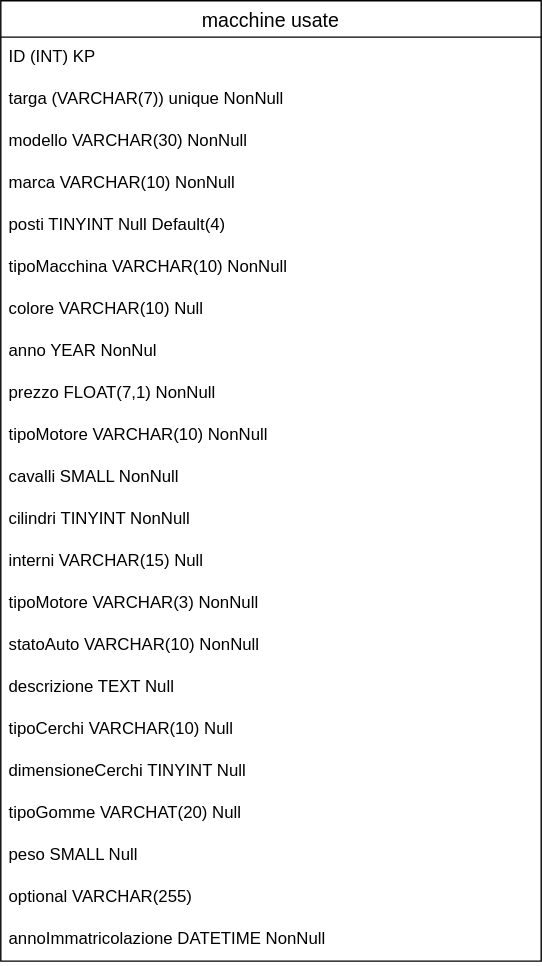
The draw.io diagram DBmacchina.svg in GabrieleCorti/db-first, before a commit. Source tidied: cells renumbered, new cells last; positions are measured from the earlier drawing's top-left corner, leaving out a move shared by most shapes. The source it was exported from:
```xml
<mxGraphModel>
  <root>
    <mxCell id="0" />
    <mxCell id="1" parent="0" />
    <mxCell id="2" value="macchine usate" style="swimlane;fontStyle=0;horizontal=1;startSize=26;align=center;fontSize=14;" parent="1" vertex="1">
      <mxGeometry width="386" height="686" as="geometry" />
    </mxCell>
    <mxCell id="3" value="ID (INT) KP" style="text;strokeColor=none;fillColor=none;spacingLeft=4;spacingRight=4;overflow=hidden;fontSize=12;" parent="2" vertex="1">
      <mxGeometry y="26" width="386" height="30" as="geometry" />
    </mxCell>
    <mxCell id="4" value="targa (VARCHAR(7)) unique NonNull" style="text;strokeColor=none;fillColor=none;spacingLeft=4;spacingRight=4;overflow=hidden;fontSize=12;" parent="2" vertex="1">
      <mxGeometry y="56" width="386" height="30" as="geometry" />
    </mxCell>
    <mxCell id="5" value="modello VARCHAR(30) NonNull" style="text;strokeColor=none;fillColor=none;spacingLeft=4;spacingRight=4;overflow=hidden;fontSize=12;" parent="2" vertex="1">
      <mxGeometry y="86" width="386" height="30" as="geometry" />
    </mxCell>
    <mxCell id="6" value="marca VARCHAR(10) NonNull" style="text;strokeColor=none;fillColor=none;spacingLeft=4;spacingRight=4;overflow=hidden;fontSize=12;" parent="2" vertex="1">
      <mxGeometry y="116" width="386" height="30" as="geometry" />
    </mxCell>
    <mxCell id="7" value="posti TINYINT Null Default(4)" style="text;strokeColor=none;fillColor=none;spacingLeft=4;spacingRight=4;overflow=hidden;fontSize=12;" parent="2" vertex="1">
      <mxGeometry y="146" width="386" height="30" as="geometry" />
    </mxCell>
    <mxCell id="8" value="tipoMacchina VARCHAR(10) NonNull" style="text;strokeColor=none;fillColor=none;spacingLeft=4;spacingRight=4;overflow=hidden;fontSize=12;" parent="2" vertex="1">
      <mxGeometry y="176" width="386" height="30" as="geometry" />
    </mxCell>
    <mxCell id="9" value="colore VARCHAR(10) Null" style="text;strokeColor=none;fillColor=none;spacingLeft=4;spacingRight=4;overflow=hidden;fontSize=12;" parent="2" vertex="1">
      <mxGeometry y="206" width="386" height="30" as="geometry" />
    </mxCell>
    <mxCell id="10" value="anno YEAR NonNul" style="text;strokeColor=none;fillColor=none;spacingLeft=4;spacingRight=4;overflow=hidden;fontSize=12;" parent="2" vertex="1">
      <mxGeometry y="236" width="386" height="30" as="geometry" />
    </mxCell>
    <mxCell id="11" value="prezzo FLOAT(7,1) NonNull" style="text;strokeColor=none;fillColor=none;spacingLeft=4;spacingRight=4;overflow=hidden;fontSize=12;" parent="2" vertex="1">
      <mxGeometry y="266" width="386" height="30" as="geometry" />
    </mxCell>
    <mxCell id="12" value="tipoMotore VARCHAR(10) NonNull" style="text;strokeColor=none;fillColor=none;spacingLeft=4;spacingRight=4;overflow=hidden;fontSize=12;" parent="2" vertex="1">
      <mxGeometry y="296" width="386" height="30" as="geometry" />
    </mxCell>
    <mxCell id="13" value="cavalli SMALL NonNull" style="text;strokeColor=none;fillColor=none;spacingLeft=4;spacingRight=4;overflow=hidden;fontSize=12;" parent="2" vertex="1">
      <mxGeometry y="326" width="386" height="30" as="geometry" />
    </mxCell>
    <mxCell id="14" value="cilindri TINYINT NonNull" style="text;strokeColor=none;fillColor=none;spacingLeft=4;spacingRight=4;overflow=hidden;fontSize=12;" parent="2" vertex="1">
      <mxGeometry y="356" width="386" height="30" as="geometry" />
    </mxCell>
    <mxCell id="15" value="interni VARCHAR(15) Null" style="text;strokeColor=none;fillColor=none;spacingLeft=4;spacingRight=4;overflow=hidden;fontSize=12;" parent="2" vertex="1">
      <mxGeometry y="386" width="386" height="30" as="geometry" />
    </mxCell>
    <mxCell id="16" value="tipoMotore VARCHAR(3) NonNull " style="text;strokeColor=none;fillColor=none;spacingLeft=4;spacingRight=4;overflow=hidden;fontSize=12;" parent="2" vertex="1">
      <mxGeometry y="416" width="386" height="30" as="geometry" />
    </mxCell>
    <mxCell id="17" value="statoAuto VARCHAR(10) NonNull" style="text;strokeColor=none;fillColor=none;spacingLeft=4;spacingRight=4;overflow=hidden;fontSize=12;" parent="2" vertex="1">
      <mxGeometry y="446" width="386" height="30" as="geometry" />
    </mxCell>
    <mxCell id="18" value="descrizione TEXT Null" style="text;strokeColor=none;fillColor=none;spacingLeft=4;spacingRight=4;overflow=hidden;fontSize=12;" parent="2" vertex="1">
      <mxGeometry y="476" width="386" height="30" as="geometry" />
    </mxCell>
    <mxCell id="19" value="tipoCerchi VARCHAR(10) Null" style="text;strokeColor=none;fillColor=none;spacingLeft=4;spacingRight=4;overflow=hidden;fontSize=12;" parent="2" vertex="1">
      <mxGeometry y="506" width="386" height="30" as="geometry" />
    </mxCell>
    <mxCell id="20" value="dimensioneCerchi TINYINT Null" style="text;strokeColor=none;fillColor=none;spacingLeft=4;spacingRight=4;overflow=hidden;fontSize=12;" parent="2" vertex="1">
      <mxGeometry y="536" width="386" height="30" as="geometry" />
    </mxCell>
    <mxCell id="21" value="tipoGomme VARCHAT(20) Null" style="text;strokeColor=none;fillColor=none;spacingLeft=4;spacingRight=4;overflow=hidden;fontSize=12;" parent="2" vertex="1">
      <mxGeometry y="566" width="386" height="30" as="geometry" />
    </mxCell>
    <mxCell id="22" value="peso SMALL Null" style="text;strokeColor=none;fillColor=none;spacingLeft=4;spacingRight=4;overflow=hidden;fontSize=12;" parent="2" vertex="1">
      <mxGeometry y="596" width="386" height="30" as="geometry" />
    </mxCell>
    <mxCell id="23" value="optional VARCHAR(255)" style="text;strokeColor=none;fillColor=none;spacingLeft=4;spacingRight=4;overflow=hidden;fontSize=12;" parent="2" vertex="1">
      <mxGeometry y="626" width="386" height="30" as="geometry" />
    </mxCell>
    <mxCell id="24" value="annoImmatricolazione DATETIME NonNull" style="text;strokeColor=none;fillColor=none;spacingLeft=4;spacingRight=4;overflow=hidden;fontSize=12;" parent="2" vertex="1">
      <mxGeometry y="656" width="386" height="30" as="geometry" />
    </mxCell>
  </root>
</mxGraphModel>
```
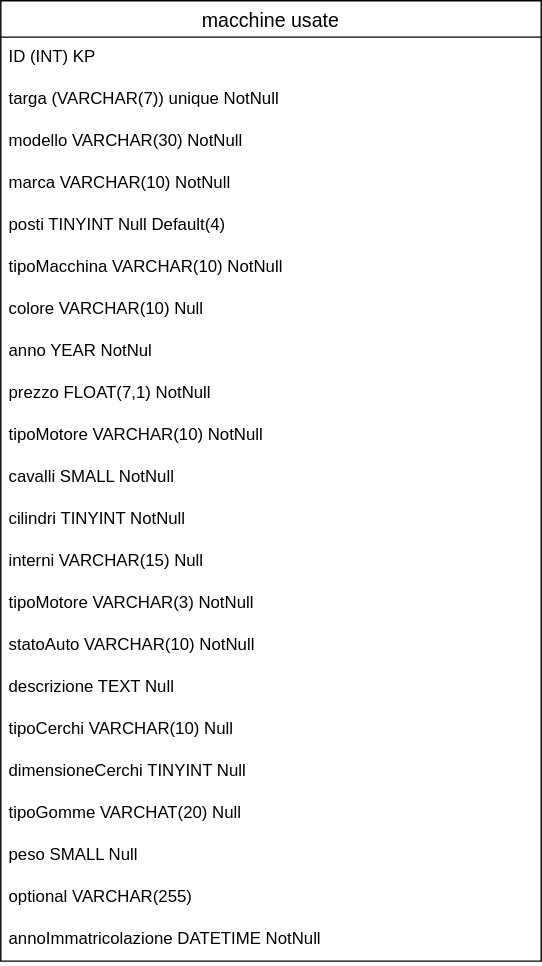
The same diagram one commit later.

What changed in the source:
```diff
@@ -8,46 +8,46 @@
     <mxCell id="3" value="ID (INT) KP" style="text;strokeColor=none;fillColor=none;spacingLeft=4;spacingRight=4;overflow=hidden;fontSize=12;" parent="2" vertex="1">
       <mxGeometry y="26" width="386" height="30" as="geometry" />
     </mxCell>
-    <mxCell id="4" value="targa (VARCHAR(7)) unique NonNull" style="text;strokeColor=none;fillColor=none;spacingLeft=4;spacingRight=4;overflow=hidden;fontSize=12;" parent="2" vertex="1">
+    <mxCell id="4" value="targa (VARCHAR(7)) unique NotNull" style="text;strokeColor=none;fillColor=none;spacingLeft=4;spacingRight=4;overflow=hidden;fontSize=12;" parent="2" vertex="1">
       <mxGeometry y="56" width="386" height="30" as="geometry" />
     </mxCell>
-    <mxCell id="5" value="modello VARCHAR(30) NonNull" style="text;strokeColor=none;fillColor=none;spacingLeft=4;spacingRight=4;overflow=hidden;fontSize=12;" parent="2" vertex="1">
+    <mxCell id="5" value="modello VARCHAR(30) NotNull" style="text;strokeColor=none;fillColor=none;spacingLeft=4;spacingRight=4;overflow=hidden;fontSize=12;" parent="2" vertex="1">
       <mxGeometry y="86" width="386" height="30" as="geometry" />
     </mxCell>
-    <mxCell id="6" value="marca VARCHAR(10) NonNull" style="text;strokeColor=none;fillColor=none;spacingLeft=4;spacingRight=4;overflow=hidden;fontSize=12;" parent="2" vertex="1">
+    <mxCell id="6" value="marca VARCHAR(10) NotNull" style="text;strokeColor=none;fillColor=none;spacingLeft=4;spacingRight=4;overflow=hidden;fontSize=12;" parent="2" vertex="1">
       <mxGeometry y="116" width="386" height="30" as="geometry" />
     </mxCell>
     <mxCell id="7" value="posti TINYINT Null Default(4)" style="text;strokeColor=none;fillColor=none;spacingLeft=4;spacingRight=4;overflow=hidden;fontSize=12;" parent="2" vertex="1">
       <mxGeometry y="146" width="386" height="30" as="geometry" />
     </mxCell>
-    <mxCell id="8" value="tipoMacchina VARCHAR(10) NonNull" style="text;strokeColor=none;fillColor=none;spacingLeft=4;spacingRight=4;overflow=hidden;fontSize=12;" parent="2" vertex="1">
+    <mxCell id="8" value="tipoMacchina VARCHAR(10) NotNull" style="text;strokeColor=none;fillColor=none;spacingLeft=4;spacingRight=4;overflow=hidden;fontSize=12;" parent="2" vertex="1">
       <mxGeometry y="176" width="386" height="30" as="geometry" />
     </mxCell>
     <mxCell id="9" value="colore VARCHAR(10) Null" style="text;strokeColor=none;fillColor=none;spacingLeft=4;spacingRight=4;overflow=hidden;fontSize=12;" parent="2" vertex="1">
       <mxGeometry y="206" width="386" height="30" as="geometry" />
     </mxCell>
-    <mxCell id="10" value="anno YEAR NonNul" style="text;strokeColor=none;fillColor=none;spacingLeft=4;spacingRight=4;overflow=hidden;fontSize=12;" parent="2" vertex="1">
+    <mxCell id="10" value="anno YEAR NotNul" style="text;strokeColor=none;fillColor=none;spacingLeft=4;spacingRight=4;overflow=hidden;fontSize=12;" parent="2" vertex="1">
       <mxGeometry y="236" width="386" height="30" as="geometry" />
     </mxCell>
-    <mxCell id="11" value="prezzo FLOAT(7,1) NonNull" style="text;strokeColor=none;fillColor=none;spacingLeft=4;spacingRight=4;overflow=hidden;fontSize=12;" parent="2" vertex="1">
+    <mxCell id="11" value="prezzo FLOAT(7,1) NotNull" style="text;strokeColor=none;fillColor=none;spacingLeft=4;spacingRight=4;overflow=hidden;fontSize=12;" parent="2" vertex="1">
       <mxGeometry y="266" width="386" height="30" as="geometry" />
     </mxCell>
-    <mxCell id="12" value="tipoMotore VARCHAR(10) NonNull" style="text;strokeColor=none;fillColor=none;spacingLeft=4;spacingRight=4;overflow=hidden;fontSize=12;" parent="2" vertex="1">
+    <mxCell id="12" value="tipoMotore VARCHAR(10) NotNull" style="text;strokeColor=none;fillColor=none;spacingLeft=4;spacingRight=4;overflow=hidden;fontSize=12;" parent="2" vertex="1">
       <mxGeometry y="296" width="386" height="30" as="geometry" />
     </mxCell>
-    <mxCell id="13" value="cavalli SMALL NonNull" style="text;strokeColor=none;fillColor=none;spacingLeft=4;spacingRight=4;overflow=hidden;fontSize=12;" parent="2" vertex="1">
+    <mxCell id="13" value="cavalli SMALL NotNull" style="text;strokeColor=none;fillColor=none;spacingLeft=4;spacingRight=4;overflow=hidden;fontSize=12;" parent="2" vertex="1">
       <mxGeometry y="326" width="386" height="30" as="geometry" />
     </mxCell>
-    <mxCell id="14" value="cilindri TINYINT NonNull" style="text;strokeColor=none;fillColor=none;spacingLeft=4;spacingRight=4;overflow=hidden;fontSize=12;" parent="2" vertex="1">
+    <mxCell id="14" value="cilindri TINYINT NotNull" style="text;strokeColor=none;fillColor=none;spacingLeft=4;spacingRight=4;overflow=hidden;fontSize=12;" parent="2" vertex="1">
       <mxGeometry y="356" width="386" height="30" as="geometry" />
     </mxCell>
     <mxCell id="15" value="interni VARCHAR(15) Null" style="text;strokeColor=none;fillColor=none;spacingLeft=4;spacingRight=4;overflow=hidden;fontSize=12;" parent="2" vertex="1">
       <mxGeometry y="386" width="386" height="30" as="geometry" />
     </mxCell>
-    <mxCell id="16" value="tipoMotore VARCHAR(3) NonNull " style="text;strokeColor=none;fillColor=none;spacingLeft=4;spacingRight=4;overflow=hidden;fontSize=12;" parent="2" vertex="1">
+    <mxCell id="16" value="tipoMotore VARCHAR(3) NotNull " style="text;strokeColor=none;fillColor=none;spacingLeft=4;spacingRight=4;overflow=hidden;fontSize=12;" parent="2" vertex="1">
       <mxGeometry y="416" width="386" height="30" as="geometry" />
     </mxCell>
-    <mxCell id="17" value="statoAuto VARCHAR(10) NonNull" style="text;strokeColor=none;fillColor=none;spacingLeft=4;spacingRight=4;overflow=hidden;fontSize=12;" parent="2" vertex="1">
+    <mxCell id="17" value="statoAuto VARCHAR(10) NotNull" style="text;strokeColor=none;fillColor=none;spacingLeft=4;spacingRight=4;overflow=hidden;fontSize=12;" parent="2" vertex="1">
       <mxGeometry y="446" width="386" height="30" as="geometry" />
     </mxCell>
     <mxCell id="18" value="descrizione TEXT Null" style="text;strokeColor=none;fillColor=none;spacingLeft=4;spacingRight=4;overflow=hidden;fontSize=12;" parent="2" vertex="1">
@@ -68,7 +68,7 @@
     <mxCell id="23" value="optional VARCHAR(255)" style="text;strokeColor=none;fillColor=none;spacingLeft=4;spacingRight=4;overflow=hidden;fontSize=12;" parent="2" vertex="1">
       <mxGeometry y="626" width="386" height="30" as="geometry" />
     </mxCell>
-    <mxCell id="24" value="annoImmatricolazione DATETIME NonNull" style="text;strokeColor=none;fillColor=none;spacingLeft=4;spacingRight=4;overflow=hidden;fontSize=12;" parent="2" vertex="1">
+    <mxCell id="24" value="annoImmatricolazione DATETIME NotNull" style="text;strokeColor=none;fillColor=none;spacingLeft=4;spacingRight=4;overflow=hidden;fontSize=12;" parent="2" vertex="1">
       <mxGeometry y="656" width="386" height="30" as="geometry" />
     </mxCell>
   </root>
```
